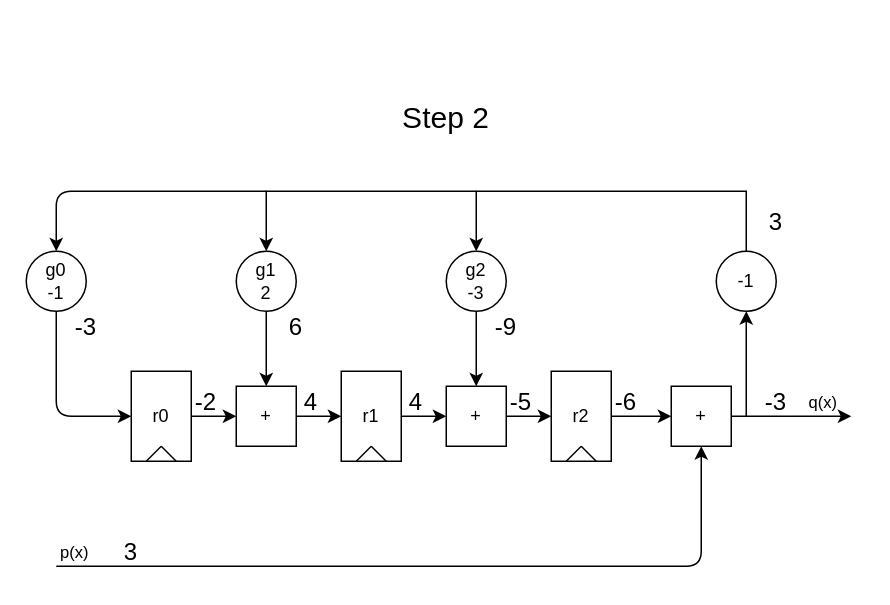
Earlier version of the draw.io diagram page "divider_diagram_step2" (5 of 11) of assets/reed_solomon/reed_solomon.drawio (tomverbeure/tomverbeure.github.io). Source tidied: cells renumbered, new cells numbered last; positions are measured from the earlier drawing's top-left corner, leaving out a move shared by most shapes. Both pictures are drawn from the tidied source at 150%, with x=0, y=0 at pixel (26, 100).
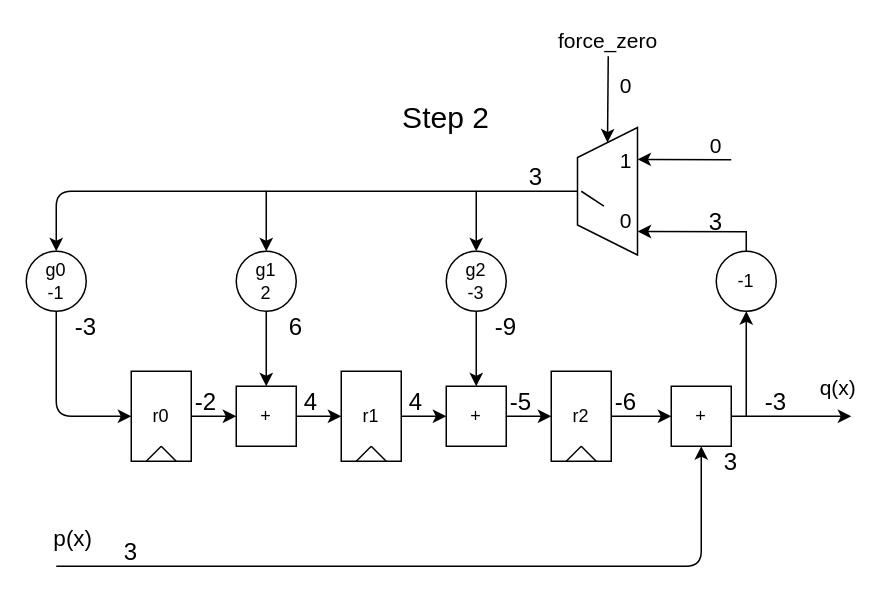
The same diagram, later.

Unchanged cells that the change refers to:
```xml
<mxCell id="11" value="g2&lt;br&gt;-3" style="ellipse;whiteSpace=wrap;html=1;fillColor=none;" parent="1" vertex="1">
  <mxGeometry x="280" y="100" width="40" height="40" as="geometry" />
</mxCell>
<mxCell id="13" style="endArrow=classic;html=1;entryX=0.5;entryY=1;entryDx=0;entryDy=0;" parent="1" edge="1" target="12">
  <mxGeometry relative="1" as="geometry">
    <mxPoint x="20" y="310" as="sourcePoint" />
    <Array as="points">
      <mxPoint x="450" y="310" />
    </Array>
  </mxGeometry>
</mxCell>
<mxCell id="16" style="endArrow=classic;html=1;exitX=1;exitY=0.5;exitDx=0;exitDy=0;" parent="1" edge="1" source="12">
  <mxGeometry relative="1" as="geometry">
    <mxPoint x="550" y="210" as="targetPoint" />
  </mxGeometry>
</mxCell>
<mxCell id="41" value="-1" style="ellipse;whiteSpace=wrap;html=1;fillColor=none;" parent="1" vertex="1">
  <mxGeometry x="460" y="100" width="40" height="40" as="geometry" />
</mxCell>
```

What changed in the source:
```diff
@@
-    <mxCell id="14" value="p(x)" style="edgeLabel;html=1;align=center;verticalAlign=middle;" parent="13" vertex="1">
-      <mxGeometry x="-0.73" y="-1" relative="1" as="geometry">
-        <mxPoint x="-58" y="-11" as="offset" />
-      </mxGeometry>
-    </mxCell>
@@
-    <mxCell id="17" value="q(x)" style="edgeLabel;html=1;align=center;verticalAlign=middle;" parent="16" vertex="1">
-      <mxGeometry x="-0.06" relative="1" as="geometry">
-        <mxPoint x="22.3" y="-10" as="offset" />
-      </mxGeometry>
-    </mxCell>
@@
-    <mxCell id="21" style="endArrow=classic;html=1;entryX=0.5;entryY=0;entryDx=0;entryDy=0;rounded=0;" parent="1" edge="1" source="41" target="11">
-      <mxGeometry relative="1" as="geometry">
-        <Array as="points">
-          <mxPoint x="480" y="60" />
-          <mxPoint x="300" y="60" />
-        </Array>
-      </mxGeometry>
-    </mxCell>
@@
     <mxCell id="43" value="&lt;font style=&quot;font-size: 16px&quot;&gt;3&lt;/font&gt;" style="text;html=1;strokeColor=none;fillColor=none;align=center;verticalAlign=middle;whiteSpace=wrap;rounded=0;" parent="1" vertex="1">
-      <mxGeometry x="480" y="70" width="40" height="20" as="geometry" />
+      <mxGeometry x="440" y="70" width="40" height="20" as="geometry" />
     </mxCell>
@@
+    <mxCell id="49" style="shape=trapezoid;perimeter=trapezoidPerimeter;whiteSpace=wrap;html=1;fixedSize=1;fillColor=none;fontSize=20;fontColor=#0000CC;rotation=-90;" parent="1" vertex="1">
+      <mxGeometry x="345" y="40" width="85" height="40" as="geometry" />
+    </mxCell>
+    <mxCell id="50" style="endArrow=classic;html=1;fontSize=20;fontColor=#0000CC;entryX=0.5;entryY=0;entryDx=0;entryDy=0;exitX=0.5;exitY=0;exitDx=0;exitDy=0;rounded=0;" parent="1" edge="1" source="49">
+      <mxGeometry relative="1" as="geometry">
+        <mxPoint x="300" y="100" as="targetPoint" />
+        <Array as="points">
+          <mxPoint x="300" y="60" />
+        </Array>
+      </mxGeometry>
+    </mxCell>
+    <mxCell id="51" style="endArrow=classic;html=1;fontSize=20;fontColor=#0000CC;entryX=0.185;entryY=1.003;entryDx=0;entryDy=0;entryPerimeter=0;exitX=0.5;exitY=0;exitDx=0;exitDy=0;rounded=0;" parent="1" edge="1" target="49">
+      <mxGeometry relative="1" as="geometry">
+        <mxPoint x="480" y="100" as="sourcePoint" />
+        <Array as="points">
+          <mxPoint x="480" y="87" />
+        </Array>
+      </mxGeometry>
+    </mxCell>
+    <mxCell id="52" style="endArrow=classic;html=1;fontSize=20;fontColor=#0000CC;entryX=0.75;entryY=1;entryDx=0;entryDy=0;" parent="1" edge="1" target="49">
+      <mxGeometry relative="1" as="geometry">
+        <mxPoint x="470" y="39" as="sourcePoint" />
+      </mxGeometry>
+    </mxCell>
+    <mxCell id="53" style="endArrow=classic;html=1;fontSize=20;fontColor=#000000;entryX=1;entryY=0.5;entryDx=0;entryDy=0;" parent="1" edge="1" target="49">
+      <mxGeometry relative="1" as="geometry">
+        <mxPoint x="388" y="-30" as="sourcePoint" />
+      </mxGeometry>
+    </mxCell>
+    <mxCell id="54" value="0" style="text;html=1;strokeColor=none;fillColor=none;align=center;verticalAlign=middle;whiteSpace=wrap;rounded=0;fontSize=14;fontColor=#000000;" parent="1" vertex="1">
+      <mxGeometry x="440" y="20" width="40" height="20" as="geometry" />
+    </mxCell>
+    <mxCell id="55" value="force_zero" style="text;html=1;strokeColor=none;fillColor=none;align=center;verticalAlign=middle;whiteSpace=wrap;rounded=0;fontSize=14;fontColor=#000000;" parent="1" vertex="1">
+      <mxGeometry x="367.5" y="-50" width="40" height="20" as="geometry" />
+    </mxCell>
+    <mxCell id="56" value="1" style="text;html=1;strokeColor=none;fillColor=none;align=center;verticalAlign=middle;whiteSpace=wrap;rounded=0;fontSize=14;fontColor=#000000;" parent="1" vertex="1">
+      <mxGeometry x="380" y="30" width="40" height="20" as="geometry" />
+    </mxCell>
+    <mxCell id="57" value="0" style="text;html=1;strokeColor=none;fillColor=none;align=center;verticalAlign=middle;whiteSpace=wrap;rounded=0;fontSize=14;fontColor=#000000;" parent="1" vertex="1">
+      <mxGeometry x="380" y="70" width="40" height="20" as="geometry" />
+    </mxCell>
+    <mxCell id="58" style="endArrow=none;html=1;fontSize=14;fontColor=#000000;entryX=0.5;entryY=0.063;entryDx=0;entryDy=0;entryPerimeter=0;endFill=0;exitX=0.127;exitY=-0.006;exitDx=0;exitDy=0;exitPerimeter=0;" parent="1" edge="1">
+      <mxGeometry relative="1" as="geometry">
+        <mxPoint x="385.1" y="69.9" as="sourcePoint" />
+        <mxPoint x="370" y="60" as="targetPoint" />
+      </mxGeometry>
+    </mxCell>
+    <mxCell id="59" value="0" style="text;html=1;strokeColor=none;fillColor=none;align=center;verticalAlign=middle;whiteSpace=wrap;rounded=0;fontSize=14;fontColor=#000000;" parent="1" vertex="1">
+      <mxGeometry x="380" y="-20" width="40" height="20" as="geometry" />
+    </mxCell>
+    <mxCell id="60" value="&lt;font style=&quot;font-size: 16px&quot;&gt;3&lt;/font&gt;" style="text;html=1;strokeColor=none;fillColor=none;align=center;verticalAlign=middle;whiteSpace=wrap;rounded=0;fontStyle=0;" parent="1" vertex="1">
+      <mxGeometry x="320" y="40" width="40" height="20" as="geometry" />
+    </mxCell>
+    <mxCell id="61" value="&lt;font style=&quot;font-size: 16px&quot;&gt;3&lt;/font&gt;" style="text;html=1;strokeColor=none;fillColor=none;align=center;verticalAlign=middle;whiteSpace=wrap;rounded=0;" parent="1" vertex="1">
+      <mxGeometry x="450" y="230" width="40" height="20" as="geometry" />
+    </mxCell>
+    <mxCell id="14" value="p(x)" style="edgeLabel;html=1;align=center;verticalAlign=middle;fontSize=15;" parent="1" vertex="1">
+      <mxGeometry x="30" y="290" as="geometry" />
+    </mxCell>
+    <mxCell id="17" value="q(x)" style="edgeLabel;html=1;align=center;verticalAlign=middle;fontSize=14;" parent="1" vertex="1">
+      <mxGeometry x="540" y="190" as="geometry" />
+    </mxCell>
```
